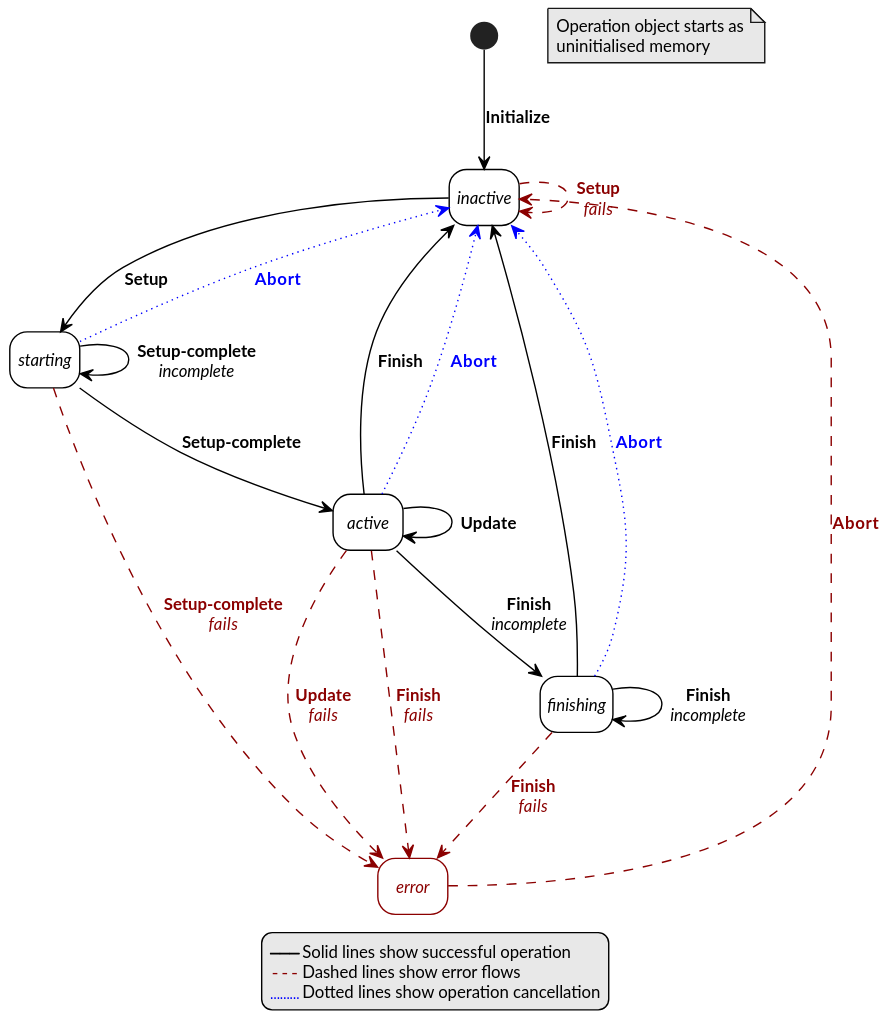
Above: doc/crypto/figure/interruptible_operation.svg in ARM-software/psa-api (PlantUML), before the change. Its source is kept beside it as doc/crypto/figure/interruptible_operation.puml. The source it was exported from:
```plantuml
@startuml
!include atg-spec.pumh

skinparam LegendFontSize 12

legend bottom
  --""———""-- Solid lines show successful operation
  <color:darkred>""---""</color> Dashed lines show error flows
  <color:blue>""………""</color> Dotted lines show operation cancellation
end legend

state inactive as "//inactive//"
state starting as "//starting//"
state active as "//active//"
state finishing as "//finishing//"
state error as "<color:darkred>//error//" ##darkred

[*] --> inactive: **Initialize**
note as N1
   Operation object starts as
   uninitialised memory
end note
inactive --> starting: **Setup**
starting --> starting: **Setup-complete**\n//incomplete//
starting --> active: **Setup-complete**
active --> active: **Update**
active --> finishing: **Finish**\n//incomplete//
active --> inactive: **Finish**
finishing --> finishing: **Finish**\n//incomplete//
finishing --> inactive: **Finish**
error -[#darkred,dashed]-> inactive: <color:darkred>**Abort**
inactive -[#darkred,dashed]-> inactive: <color:darkred>**Setup**\n<color:darkred>//fails//
starting -[#darkred,dashed]-> error: <color:darkred>**Setup-complete**\n<color:darkred>//fails//
active -[#darkred,dashed]-> error: <color:darkred>**Update**\n<color:darkred>//fails//
active -[#darkred,dashed]-> error: <color:darkred>**Finish**\n<color:darkred>//fails//
finishing -[#darkred,dashed]-> error: <color:darkred>**Finish**\n<color:darkred>//fails//
starting -[#blue,dotted]-> inactive: <color:blue>**Abort**
active -[#blue,dotted]-> inactive: <color:blue>**Abort**
finishing -[#blue,dotted]-> inactive: <color:blue>**Abort**

@enduml
```
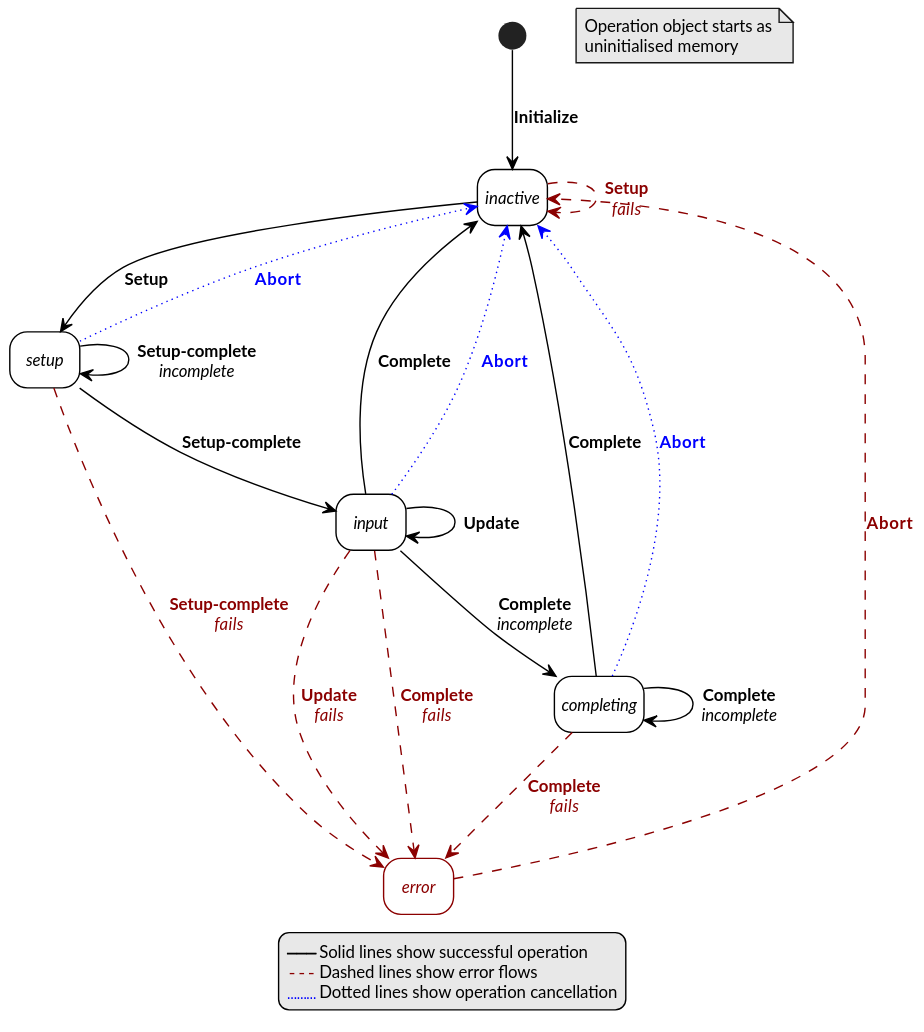
The same file after the commit.

Commit message:
crypto: Add interruptible asymmetric signature API

The edit, as a diff of the source:
```diff
@@ -10,9 +10,9 @@
 end legend
 
 state inactive as "//inactive//"
-state starting as "//starting//"
-state active as "//active//"
-state finishing as "//finishing//"
+state setup as "//setup//"
+state input as "//input//"
+state completing as "//completing//"
 state error as "<color:darkred>//error//" ##darkred
 
 [*] --> inactive: **Initialize**
@@ -20,22 +20,22 @@
    Operation object starts as
    uninitialised memory
 end note
-inactive --> starting: **Setup**
-starting --> starting: **Setup-complete**\n//incomplete//
-starting --> active: **Setup-complete**
-active --> active: **Update**
-active --> finishing: **Finish**\n//incomplete//
-active --> inactive: **Finish**
-finishing --> finishing: **Finish**\n//incomplete//
-finishing --> inactive: **Finish**
+inactive --> setup: **Setup**
+setup --> setup: **Setup-complete**\n//incomplete//
+setup --> input: **Setup-complete**
+input --> input: **Update**
+input --> completing: **Complete**\n//incomplete//
+input --> inactive: **Complete**
+completing --> completing: **Complete**\n//incomplete//
+completing --> inactive: **Complete**
 error -[#darkred,dashed]-> inactive: <color:darkred>**Abort**
 inactive -[#darkred,dashed]-> inactive: <color:darkred>**Setup**\n<color:darkred>//fails//
-starting -[#darkred,dashed]-> error: <color:darkred>**Setup-complete**\n<color:darkred>//fails//
-active -[#darkred,dashed]-> error: <color:darkred>**Update**\n<color:darkred>//fails//
-active -[#darkred,dashed]-> error: <color:darkred>**Finish**\n<color:darkred>//fails//
-finishing -[#darkred,dashed]-> error: <color:darkred>**Finish**\n<color:darkred>//fails//
-starting -[#blue,dotted]-> inactive: <color:blue>**Abort**
-active -[#blue,dotted]-> inactive: <color:blue>**Abort**
-finishing -[#blue,dotted]-> inactive: <color:blue>**Abort**
+setup -[#darkred,dashed]-> error: <color:darkred>**Setup-complete**\n<color:darkred>//fails//
+input -[#darkred,dashed]-> error: <color:darkred>**Update**\n<color:darkred>//fails//
+input -[#darkred,dashed]-> error: <color:darkred>**Complete**\n<color:darkred>//fails//
+completing -[#darkred,dashed]-> error: <color:darkred>**Complete**\n<color:darkred>//fails//
+setup -[#blue,dotted]-> inactive: <color:blue>**Abort**
+input -[#blue,dotted]-> inactive: <color:blue>**Abort**
+completing -[#blue,dotted]-> inactive: <color:blue>**Abort**
 
 @enduml
```
